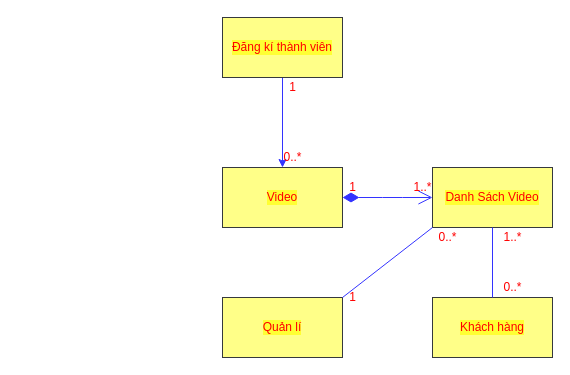
HuynhMinh02/CongNghePhanMem keeps this draw.io diagram as page "lap1.3" (3 of 3) of src/lap1p2/lap1.drawio. Above is the earlier version. Source tidied: cells renumbered, new cells numbered last; positions are measured from the earlier drawing's top-left corner, leaving out a move shared by most shapes. Both pictures are drawn from the tidied source at 100%, with x=0, y=0 at pixel (222, 17).
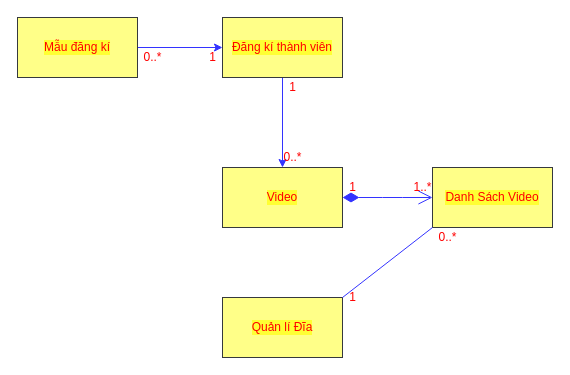
After the change.

The change refers to these unchanged cells:
```xml
<mxCell id="5" value="&lt;font color=&quot;#ff0000&quot;&gt;Danh Sách Video&lt;/font&gt;" style="rounded=0;whiteSpace=wrap;html=1;labelBackgroundColor=#FFFF33;strokeColor=#36393d;fillColor=#ffff88;" parent="1" vertex="1">
  <mxGeometry x="210" y="150" width="120" height="60" as="geometry" />
</mxCell>
```

What changed in the source:
```diff
@@
-    <mxCell id="6" value="&lt;font color=&quot;#ff0000&quot;&gt;Khách hàng&lt;/font&gt;" style="rounded=0;whiteSpace=wrap;html=1;labelBackgroundColor=#FFFF33;strokeColor=#36393d;fillColor=#ffff88;" parent="1" vertex="1">
-      <mxGeometry x="210" y="280" width="120" height="60" as="geometry" />
-    </mxCell>
-    <mxCell id="7" style="endArrow=none;html=1;fontColor=#FF0000;strokeColor=#3333FF;exitX=0.5;exitY=0;exitDx=0;exitDy=0;entryX=0.5;entryY=1;entryDx=0;entryDy=0;" parent="1" edge="1" source="6" target="5">
-      <mxGeometry relative="1" as="geometry" />
-    </mxCell>
@@
-    <mxCell id="11" value="1..*" style="text;html=1;align=center;verticalAlign=middle;strokeColor=none;fillColor=none;fontColor=#FF0000;" parent="1" vertex="1">
-      <mxGeometry x="275" y="210" width="30" height="20" as="geometry" />
-    </mxCell>
-    <mxCell id="12" value="0..*" style="text;html=1;align=center;verticalAlign=middle;strokeColor=none;fillColor=none;fontColor=#FF0000;" parent="1" vertex="1">
-      <mxGeometry x="275" y="260" width="30" height="20" as="geometry" />
-    </mxCell>
@@
-    <mxCell id="15" value="&lt;font color=&quot;#ff0000&quot;&gt;Quản lí&lt;/font&gt;" style="rounded=0;whiteSpace=wrap;html=1;labelBackgroundColor=#FFFF33;strokeColor=#36393d;fillColor=#ffff88;" parent="1" vertex="1">
+    <mxCell id="15" value="&lt;font color=&quot;#ff0000&quot;&gt;Quản lí Đĩa&lt;/font&gt;" style="rounded=0;whiteSpace=wrap;html=1;labelBackgroundColor=#FFFF33;strokeColor=#36393d;fillColor=#ffff88;" parent="1" vertex="1">
       <mxGeometry y="280" width="120" height="60" as="geometry" />
     </mxCell>
@@
+    <mxCell id="19" style="edgeStyle=none;html=1;fontColor=#FF0000;strokeColor=#3333FF;exitX=1;exitY=0.5;exitDx=0;exitDy=0;entryX=0;entryY=0.5;entryDx=0;entryDy=0;" parent="1" edge="1" source="20">
+      <mxGeometry relative="1" as="geometry">
+        <mxPoint y="30" as="targetPoint" />
+      </mxGeometry>
+    </mxCell>
+    <mxCell id="20" value="&lt;font color=&quot;#ff0000&quot;&gt;Mẫu đăng kí&lt;/font&gt;" style="rounded=0;whiteSpace=wrap;html=1;labelBackgroundColor=#FFFF33;strokeColor=#36393d;fillColor=#ffff88;" parent="1" vertex="1">
+      <mxGeometry x="-205" width="120" height="60" as="geometry" />
+    </mxCell>
+    <mxCell id="12" value="0..*" style="text;html=1;align=center;verticalAlign=middle;strokeColor=none;fillColor=none;fontColor=#FF0000;" parent="1" vertex="1">
+      <mxGeometry x="-85" y="30" width="30" height="20" as="geometry" />
+    </mxCell>
+    <mxCell id="21" value="1" style="text;html=1;align=center;verticalAlign=middle;strokeColor=none;fillColor=none;fontColor=#FF0000;" parent="1" vertex="1">
+      <mxGeometry x="-20" y="30" width="20" height="20" as="geometry" />
+    </mxCell>
```
